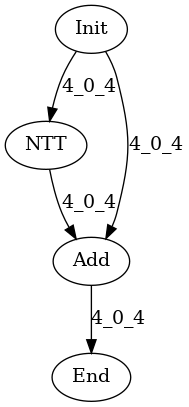
The Graphviz diagram data/graph_poly.dot.png in hal-lab-u-tokyo/PolyFHE, before a commit. Its source is kept beside it as data/graph_poly.dot.
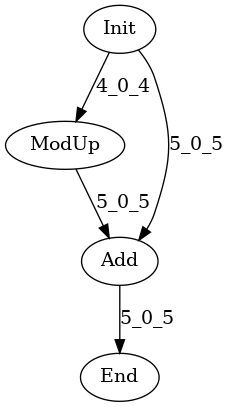
After the change.

Change to the diagram source:
```diff
@@ -1,10 +1,10 @@
 digraph G {
 Init[label="Init"];
 End[label="End"];
-NTT[label="NTT"];
+ModUp[label="ModUp"];
 Add[label="Add"];
-Init -> NTT[label="4_0_4"];
-Init -> Add[label="4_0_4"];
-NTT -> Add[label="4_0_4"];
-Add -> End[label="4_0_4"];
+Init -> ModUp[label="4_0_4"];
+ModUp -> Add[label="5_0_5"];
+Init -> Add[label="5_0_5"];
+Add -> End[label="5_0_5"];
 }
```
